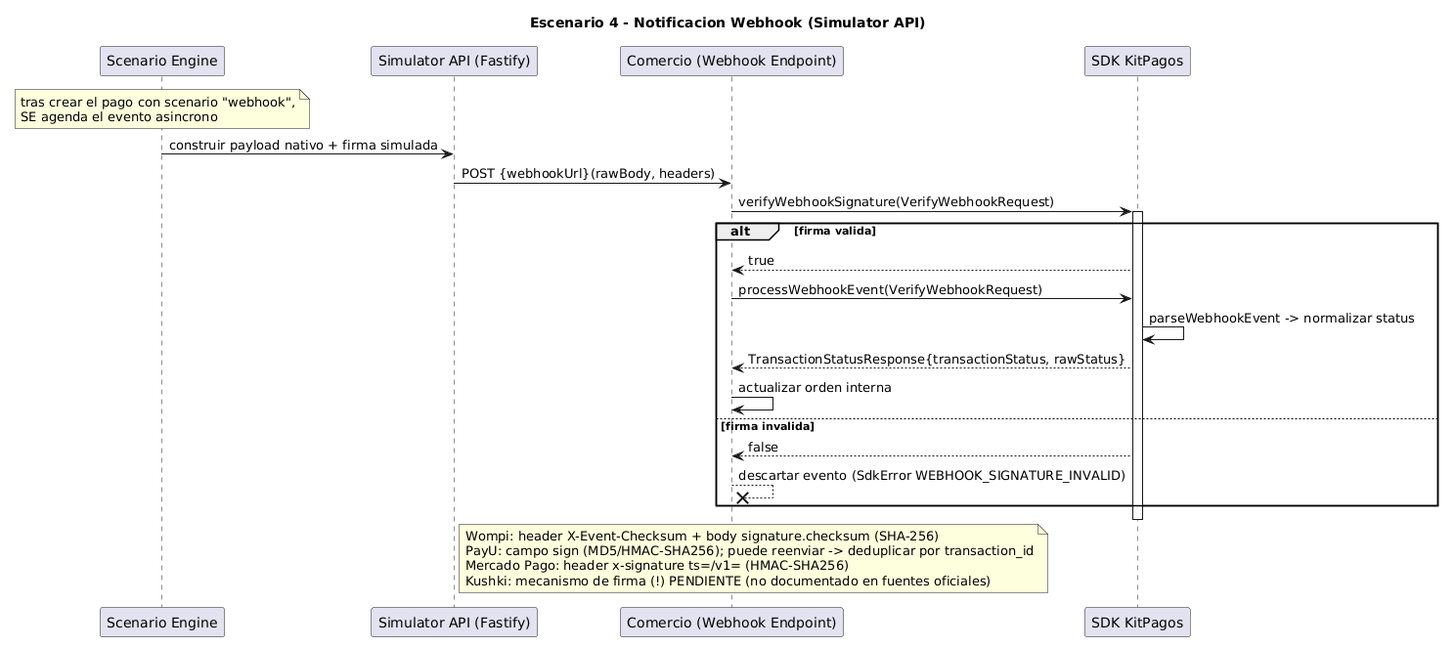
Above: docs/architecture/Simulador API/Sequence Diagram - Webhook Notification.png in PurosBrothers/Kit-Pagos-Colombia---Tesis (PlantUML), before the change.
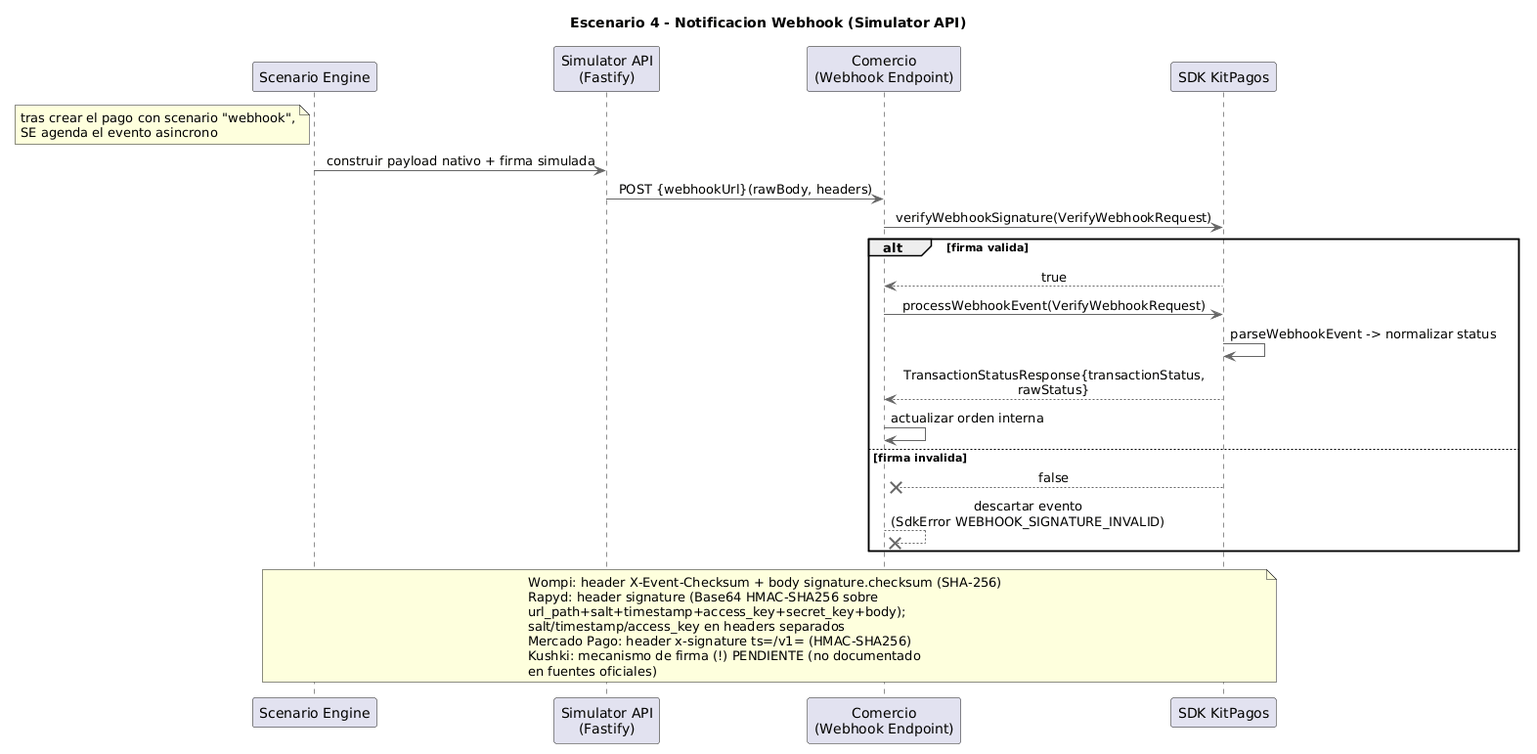
After the change.

Change to the diagram source:
```diff
@@ -1,38 +1,41 @@
 @startuml
 title Escenario 4 - Notificacion Webhook (Simulator API)
+skinparam backgroundColor white
+skinparam sequenceMessageAlign center
+skinparam ArrowColor #666666
+skinparam LifeLineBorderColor #666666
 
-participant "Scenario Engine" as SE
-participant "Simulator API (Fastify)" as API
-participant "Comercio (Webhook Endpoint)" as C
+participant "Scenario Engine" as Engine
+participant "Simulator API\n(Fastify)" as SimAPI
+participant "Comercio\n(Webhook Endpoint)" as Comercio
 participant "SDK KitPagos" as SDK
 
-note over SE
+note left of Engine
   tras crear el pago con scenario "webhook",
   SE agenda el evento asincrono
 end note
-
-SE -> API : construir payload nativo + firma simulada
-API -> C : POST {webhookUrl}(rawBody, headers)
-
-C -> SDK : verifyWebhookSignature(VerifyWebhookRequest)
-activate SDK
+Engine -> SimAPI : construir payload nativo + firma simulada
+SimAPI -> Comercio : POST {webhookUrl}(rawBody, headers)
+Comercio -> SDK : verifyWebhookSignature(VerifyWebhookRequest)
 
 alt firma valida
-    SDK --> C : true
-    C -> SDK : processWebhookEvent(VerifyWebhookRequest)
-    SDK -> SDK : parseWebhookEvent -> normalizar status
-    SDK --> C : TransactionStatusResponse{transactionStatus, rawStatus}
-    C -> C : actualizar orden interna
+  SDK --> Comercio : true
+  Comercio -> SDK : processWebhookEvent(VerifyWebhookRequest)
+  SDK -> SDK : parseWebhookEvent -> normalizar status
+  SDK --> Comercio : TransactionStatusResponse{transactionStatus,\nrawStatus}
+  Comercio -> Comercio : actualizar orden interna
 else firma invalida
-    SDK --> C : false
-    C -->x C : descartar evento (SdkError WEBHOOK_SIGNATURE_INVALID)
+  SDK -->x Comercio : false
+  Comercio -->x Comercio : descartar evento\n(SdkError WEBHOOK_SIGNATURE_INVALID)
 end
-deactivate SDK
 
-note right of API
+note over Engine, SDK
   Wompi: header X-Event-Checksum + body signature.checksum (SHA-256)
-  PayU: campo sign (MD5/HMAC-SHA256); puede reenviar -> deduplicar por transaction_id
+  Rapyd: header signature (Base64 HMAC-SHA256 sobre
+  url_path+salt+timestamp+access_key+secret_key+body);
+  salt/timestamp/access_key en headers separados
   Mercado Pago: header x-signature ts=/v1= (HMAC-SHA256)
-  Kushki: mecanismo de firma (!) PENDIENTE (no documentado en fuentes oficiales)
+  Kushki: mecanismo de firma (!) PENDIENTE (no documentado
+  en fuentes oficiales)
 end note
 @enduml
```
